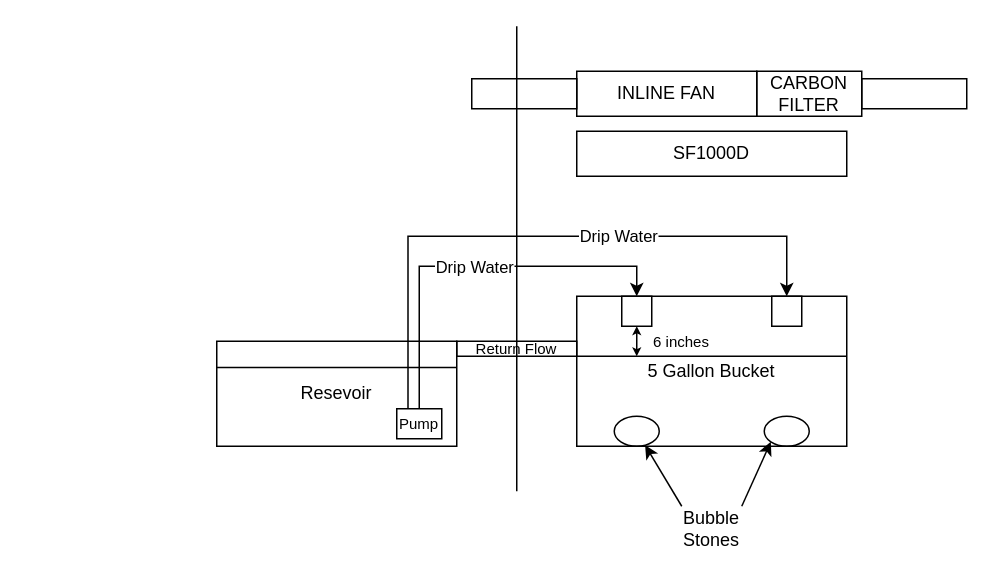
TristanAsbury/AutomatedHydroponics keeps this draw.io diagram as Hydroponics.drawio. Above is the earlier version. Source tidied: cells renumbered, new cells numbered last; positions are measured from the earlier drawing's top-left corner, leaving out a move shared by most shapes. Both pictures are drawn from the tidied source at 150%, with x=0, y=0 at pixel (216, 26).
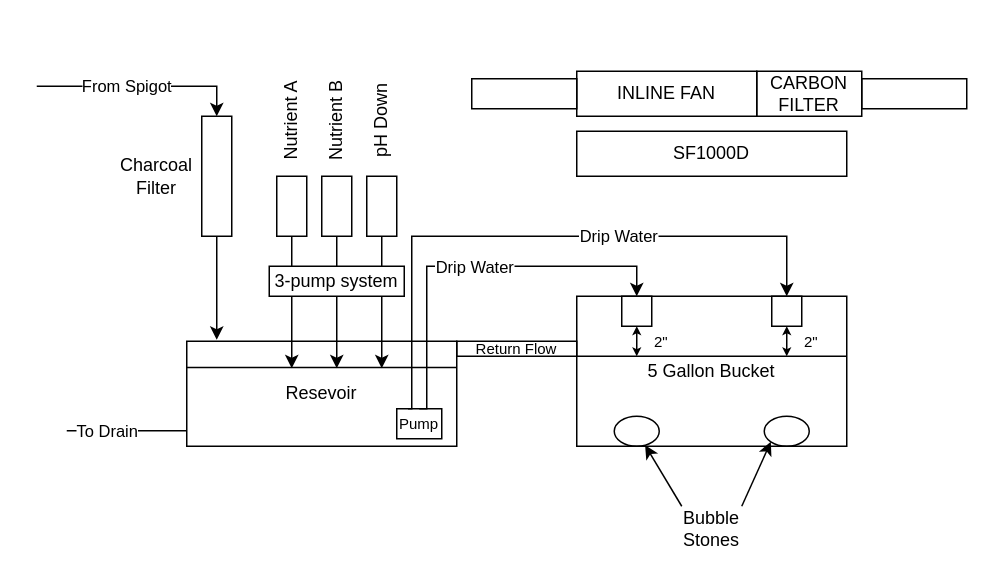
The same page after the edit.

Unchanged cells that the change refers to:
```xml
<mxCell id="12" style="rounded=0;whiteSpace=wrap;html=1;fillColor=none;" parent="1" vertex="1">
  <mxGeometry x="270" y="180" width="20" height="20" as="geometry" />
</mxCell>
<mxCell id="15" style="rounded=0;whiteSpace=wrap;html=1;fillColor=none;" parent="1" vertex="1">
  <mxGeometry x="370" y="180" width="20" height="20" as="geometry" />
</mxCell>
<mxCell id="18" value="&lt;font style=&quot;font-size: 10px;&quot;&gt;Pump&lt;/font&gt;" style="rounded=0;whiteSpace=wrap;html=1;fillColor=none;" parent="1" vertex="1">
  <mxGeometry x="120" y="255" width="30" height="20" as="geometry" />
</mxCell>
```

What changed in the source:
```diff
@@
     <mxCell id="10" style="endArrow=classic;html=1;rounded=0;edgeStyle=orthogonalEdgeStyle;exitX=0.5;exitY=0;exitDx=0;exitDy=0;" parent="1" edge="1" source="18" target="12">
       <mxGeometry relative="1" as="geometry">
         <Array as="points">
-          <mxPoint x="135" y="160" />
+          <mxPoint x="140" y="255" />
+          <mxPoint x="140" y="160" />
           <mxPoint x="280" y="160" />
         </Array>
       </mxGeometry>
     </mxCell>
@@
     <mxCell id="13" style="endArrow=classic;html=1;rounded=0;edgeStyle=orthogonalEdgeStyle;exitX=0.25;exitY=0;exitDx=0;exitDy=0;" parent="1" edge="1" source="18" target="15">
       <mxGeometry relative="1" as="geometry">
         <Array as="points">
-          <mxPoint x="128" y="140" />
+          <mxPoint x="130" y="255" />
+          <mxPoint x="130" y="140" />
           <mxPoint x="380" y="140" />
         </Array>
       </mxGeometry>
     </mxCell>
@@
     <mxCell id="17" value="Resevoir" style="rounded=0;whiteSpace=wrap;html=1;fillColor=none;" parent="1" vertex="1">
-      <mxGeometry y="210" width="160" height="70" as="geometry" />
+      <mxGeometry x="-20" y="210" width="180" height="70" as="geometry" />
     </mxCell>
@@
-    <mxCell id="24" style="endArrow=none;html=1;rounded=0;" parent="1" edge="1">
-      <mxGeometry relative="1" as="geometry">
-        <mxPoint x="200" y="310" as="sourcePoint" />
-        <mxPoint x="200" as="targetPoint" />
-      </mxGeometry>
-    </mxCell>
@@
-    <mxCell id="26" value="&lt;font style=&quot;font-size: 10px;&quot;&gt;6 inches&lt;/font&gt;" style="text;html=1;whiteSpace=wrap;strokeColor=none;fillColor=none;align=center;verticalAlign=middle;rounded=0;" parent="1" vertex="1">
-      <mxGeometry x="280" y="205" width="60" height="10" as="geometry" />
+    <mxCell id="26" value="&lt;font style=&quot;font-size: 10px;&quot;&gt;2&quot;&lt;/font&gt;" style="text;html=1;whiteSpace=wrap;strokeColor=none;fillColor=none;align=left;verticalAlign=middle;rounded=0;" parent="1" vertex="1">
+      <mxGeometry x="290" y="205" width="20" height="10" as="geometry" />
     </mxCell>
+    <mxCell id="27" style="rounded=0;whiteSpace=wrap;html=1;fillColor=none;" parent="1" vertex="1">
+      <mxGeometry x="40" y="100" width="20" height="40" as="geometry" />
+    </mxCell>
+    <mxCell id="28" style="endArrow=classic;html=1;rounded=0;exitX=0.5;exitY=1;exitDx=0;exitDy=0;" parent="1" edge="1" source="27">
+      <mxGeometry relative="1" as="geometry">
+        <mxPoint x="50" y="228" as="targetPoint" />
+      </mxGeometry>
+    </mxCell>
+    <mxCell id="29" style="rounded=0;whiteSpace=wrap;html=1;fillColor=none;" parent="1" vertex="1">
+      <mxGeometry x="70" y="100" width="20" height="40" as="geometry" />
+    </mxCell>
+    <mxCell id="30" style="endArrow=classic;html=1;rounded=0;exitX=0.5;exitY=1;exitDx=0;exitDy=0;" parent="1" edge="1" source="29">
+      <mxGeometry relative="1" as="geometry">
+        <mxPoint x="80" y="228" as="targetPoint" />
+      </mxGeometry>
+    </mxCell>
+    <mxCell id="31" style="rounded=0;whiteSpace=wrap;html=1;fillColor=none;" parent="1" vertex="1">
+      <mxGeometry x="100" y="100" width="20" height="40" as="geometry" />
+    </mxCell>
+    <mxCell id="32" style="endArrow=classic;html=1;rounded=0;exitX=0.5;exitY=1;exitDx=0;exitDy=0;" parent="1" edge="1" source="31">
+      <mxGeometry relative="1" as="geometry">
+        <mxPoint x="110" y="228" as="targetPoint" />
+      </mxGeometry>
+    </mxCell>
+    <mxCell id="33" value="Nutrient B" style="text;html=1;whiteSpace=wrap;strokeColor=none;fillColor=none;align=center;verticalAlign=middle;rounded=0;rotation=-90;" parent="1" vertex="1">
+      <mxGeometry x="50" y="48" width="60" height="30" as="geometry" />
+    </mxCell>
+    <mxCell id="34" value="Nutrient A" style="text;html=1;whiteSpace=wrap;strokeColor=none;fillColor=none;align=center;verticalAlign=middle;rounded=0;rotation=-90;" parent="1" vertex="1">
+      <mxGeometry x="20" y="48" width="60" height="30" as="geometry" />
+    </mxCell>
+    <mxCell id="35" value="pH Down" style="text;html=1;whiteSpace=wrap;strokeColor=none;fillColor=none;align=center;verticalAlign=middle;rounded=0;rotation=-90;" parent="1" vertex="1">
+      <mxGeometry x="80" y="48" width="60" height="30" as="geometry" />
+    </mxCell>
+    <mxCell id="36" value="3-pump system" style="rounded=0;whiteSpace=wrap;html=1;fillColor=default;" parent="1" vertex="1">
+      <mxGeometry x="35" y="160" width="90" height="20" as="geometry" />
+    </mxCell>
+    <mxCell id="37" style="endArrow=classic;startArrow=classic;html=1;rounded=0;startSize=3;endSize=3;entryX=0.5;entryY=1;entryDx=0;entryDy=0;" parent="1" edge="1">
+      <mxGeometry relative="1" as="geometry">
+        <mxPoint x="380" y="220" as="sourcePoint" />
+        <mxPoint x="380" y="200" as="targetPoint" />
+      </mxGeometry>
+    </mxCell>
+    <mxCell id="38" value="&lt;font style=&quot;font-size: 10px;&quot;&gt;2&quot;&lt;/font&gt;" style="text;html=1;whiteSpace=wrap;strokeColor=none;fillColor=none;align=left;verticalAlign=middle;rounded=0;" parent="1" vertex="1">
+      <mxGeometry x="390" y="205" width="20" height="10" as="geometry" />
+    </mxCell>
+    <mxCell id="39" style="endArrow=none;html=1;rounded=0;" parent="1" edge="1">
+      <mxGeometry relative="1" as="geometry">
+        <mxPoint x="-100" y="269.7" as="sourcePoint" />
+        <mxPoint x="-20" y="269.7" as="targetPoint" />
+      </mxGeometry>
+    </mxCell>
+    <mxCell id="40" value="To Drain" style="edgeLabel;html=1;align=center;verticalAlign=middle;" parent="39" vertex="1">
+      <mxGeometry x="-0.36" relative="1" as="geometry" />
+    </mxCell>
+    <mxCell id="41" style="rounded=0;whiteSpace=wrap;html=1;" parent="1" vertex="1">
+      <mxGeometry x="-10" y="60" width="20" height="80" as="geometry" />
+    </mxCell>
+    <mxCell id="42" value="Charcoal Filter" style="text;html=1;whiteSpace=wrap;strokeColor=none;fillColor=none;align=center;verticalAlign=middle;rounded=0;rotation=0;" parent="1" vertex="1">
+      <mxGeometry x="-70" y="85" width="60" height="30" as="geometry" />
+    </mxCell>
+    <mxCell id="43" style="endArrow=classic;html=1;rounded=0;exitX=0.5;exitY=1;exitDx=0;exitDy=0;" parent="1" edge="1" source="41">
+      <mxGeometry relative="1" as="geometry">
+        <mxPoint y="209" as="targetPoint" />
+      </mxGeometry>
+    </mxCell>
+    <mxCell id="44" style="endArrow=classic;html=1;rounded=0;entryX=0.5;entryY=0;entryDx=0;entryDy=0;edgeStyle=orthogonalEdgeStyle;" parent="1" edge="1" target="41">
+      <mxGeometry relative="1" as="geometry">
+        <mxPoint x="-120" y="40" as="sourcePoint" />
+        <Array as="points">
+          <mxPoint x="-100" y="40" />
+          <mxPoint y="40" />
+        </Array>
+      </mxGeometry>
+    </mxCell>
+    <mxCell id="45" value="From Spigot" style="edgeLabel;html=1;align=center;verticalAlign=middle;" parent="44" vertex="1">
+      <mxGeometry x="-0.48" y="1" relative="1" as="geometry">
+        <mxPoint x="23" as="offset" />
+      </mxGeometry>
+    </mxCell>
```
